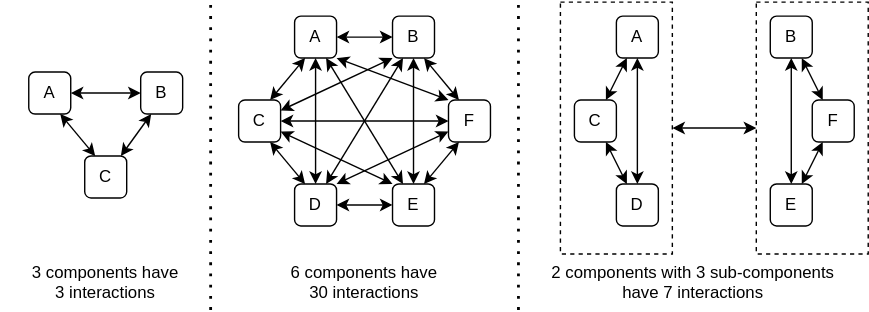
This is docs/intro/complexity.svg from gvwilson/rsdx, a draw.io export, as it was before one commit. Source tidied: cells renumbered, new cells last; positions are measured from the earlier drawing's top-left corner, leaving out a move shared by most shapes.
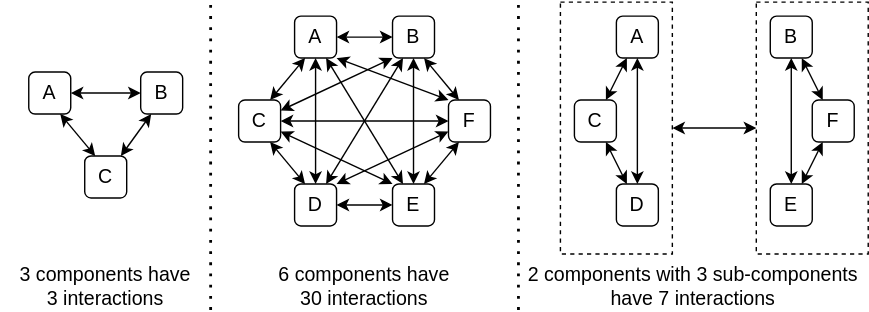
The same diagram one commit later.

The edit, as a diff of the source:
```diff
@@ -2,148 +2,148 @@
   <root>
     <mxCell id="0" />
     <mxCell id="1" parent="0" />
-    <mxCell id="2" style="rounded=0;whiteSpace=wrap;html=1;fillColor=none;dashed=1;fontFamily=Helvetica;" parent="1" vertex="1">
+    <mxCell id="2" style="rounded=0;whiteSpace=wrap;html=1;fillColor=none;dashed=1;fontFamily=Helvetica;fontSize=14;" parent="1" vertex="1">
       <mxGeometry x="540" width="80" height="180" as="geometry" />
     </mxCell>
-    <mxCell id="3" style="rounded=0;whiteSpace=wrap;html=1;fillColor=none;dashed=1;fontFamily=Helvetica;" parent="1" vertex="1">
+    <mxCell id="3" style="rounded=0;whiteSpace=wrap;html=1;fillColor=none;dashed=1;fontFamily=Helvetica;fontSize=14;" parent="1" vertex="1">
       <mxGeometry x="400" width="80" height="180" as="geometry" />
     </mxCell>
-    <mxCell id="4" value="A" style="rounded=1;whiteSpace=wrap;html=1;fillColor=none;fontFamily=Helvetica;fontStyle=0;" parent="1" vertex="1">
+    <mxCell id="4" value="A" style="rounded=1;whiteSpace=wrap;html=1;fillColor=none;fontFamily=Helvetica;fontStyle=0;fontSize=14;" parent="1" vertex="1">
       <mxGeometry x="20" y="50" width="30" height="30" as="geometry" />
     </mxCell>
-    <mxCell id="5" value="B" style="rounded=1;whiteSpace=wrap;html=1;fillColor=none;fontFamily=Helvetica;fontStyle=0;" parent="1" vertex="1">
+    <mxCell id="5" value="B" style="rounded=1;whiteSpace=wrap;html=1;fillColor=none;fontFamily=Helvetica;fontStyle=0;fontSize=14;" parent="1" vertex="1">
       <mxGeometry x="100" y="50" width="30" height="30" as="geometry" />
     </mxCell>
-    <mxCell id="6" value="C" style="rounded=1;whiteSpace=wrap;html=1;fillColor=none;fontFamily=Helvetica;fontStyle=0;" parent="1" vertex="1">
+    <mxCell id="6" value="C" style="rounded=1;whiteSpace=wrap;html=1;fillColor=none;fontFamily=Helvetica;fontStyle=0;fontSize=14;" parent="1" vertex="1">
       <mxGeometry x="60" y="110" width="30" height="30" as="geometry" />
     </mxCell>
-    <mxCell id="7" style="endArrow=classic;startArrow=classic;html=1;rounded=0;exitX=0.75;exitY=1;exitDx=0;exitDy=0;entryX=0.25;entryY=0;entryDx=0;entryDy=0;fontFamily=Helvetica;" parent="1" edge="1" source="4" target="6">
+    <mxCell id="7" style="endArrow=classic;startArrow=classic;html=1;rounded=0;exitX=0.75;exitY=1;exitDx=0;exitDy=0;entryX=0.25;entryY=0;entryDx=0;entryDy=0;fontFamily=Helvetica;fontSize=14;" parent="1" edge="1" source="4" target="6">
       <mxGeometry relative="1" as="geometry" />
     </mxCell>
-    <mxCell id="8" style="endArrow=classic;startArrow=classic;html=1;rounded=0;entryX=0.25;entryY=1;entryDx=0;entryDy=0;fontFamily=Helvetica;" parent="1" edge="1" source="6" target="5">
+    <mxCell id="8" style="endArrow=classic;startArrow=classic;html=1;rounded=0;entryX=0.25;entryY=1;entryDx=0;entryDy=0;fontFamily=Helvetica;fontSize=14;" parent="1" edge="1" source="6" target="5">
       <mxGeometry relative="1" as="geometry" />
     </mxCell>
-    <mxCell id="9" style="endArrow=classic;startArrow=classic;html=1;rounded=0;exitX=1;exitY=0.5;exitDx=0;exitDy=0;entryX=0;entryY=0.5;entryDx=0;entryDy=0;fontFamily=Helvetica;" parent="1" edge="1" source="4" target="5">
+    <mxCell id="9" style="endArrow=classic;startArrow=classic;html=1;rounded=0;exitX=1;exitY=0.5;exitDx=0;exitDy=0;entryX=0;entryY=0.5;entryDx=0;entryDy=0;fontFamily=Helvetica;fontSize=14;" parent="1" edge="1" source="4" target="5">
       <mxGeometry relative="1" as="geometry" />
     </mxCell>
-    <mxCell id="10" value="A" style="rounded=1;whiteSpace=wrap;html=1;fillColor=none;fontFamily=Helvetica;fontStyle=0;" parent="1" vertex="1">
+    <mxCell id="10" value="A" style="rounded=1;whiteSpace=wrap;html=1;fillColor=none;fontFamily=Helvetica;fontStyle=0;fontSize=14;" parent="1" vertex="1">
       <mxGeometry x="210" y="10" width="30" height="30" as="geometry" />
     </mxCell>
-    <mxCell id="11" value="B" style="rounded=1;whiteSpace=wrap;html=1;fillColor=none;fontFamily=Helvetica;fontStyle=0;" parent="1" vertex="1">
+    <mxCell id="11" value="B" style="rounded=1;whiteSpace=wrap;html=1;fillColor=none;fontFamily=Helvetica;fontStyle=0;fontSize=14;" parent="1" vertex="1">
       <mxGeometry x="280" y="10" width="30" height="30" as="geometry" />
     </mxCell>
-    <mxCell id="12" value="C" style="rounded=1;whiteSpace=wrap;html=1;fillColor=none;fontFamily=Helvetica;fontStyle=0;" parent="1" vertex="1">
+    <mxCell id="12" value="C" style="rounded=1;whiteSpace=wrap;html=1;fillColor=none;fontFamily=Helvetica;fontStyle=0;fontSize=14;" parent="1" vertex="1">
       <mxGeometry x="170" y="70" width="30" height="30" as="geometry" />
     </mxCell>
-    <mxCell id="13" style="endArrow=classic;startArrow=classic;html=1;rounded=0;exitX=0.25;exitY=1;exitDx=0;exitDy=0;entryX=0.75;entryY=0;entryDx=0;entryDy=0;fontFamily=Helvetica;" parent="1" edge="1" source="10" target="12">
+    <mxCell id="13" style="endArrow=classic;startArrow=classic;html=1;rounded=0;exitX=0.25;exitY=1;exitDx=0;exitDy=0;entryX=0.75;entryY=0;entryDx=0;entryDy=0;fontFamily=Helvetica;fontSize=14;" parent="1" edge="1" source="10" target="12">
       <mxGeometry relative="1" as="geometry" />
     </mxCell>
-    <mxCell id="14" style="endArrow=classic;startArrow=classic;html=1;rounded=0;entryX=0.75;entryY=1;entryDx=0;entryDy=0;exitX=0.25;exitY=0;exitDx=0;exitDy=0;fontFamily=Helvetica;" parent="1" edge="1" source="18" target="11">
+    <mxCell id="14" style="endArrow=classic;startArrow=classic;html=1;rounded=0;entryX=0.75;entryY=1;entryDx=0;entryDy=0;exitX=0.25;exitY=0;exitDx=0;exitDy=0;fontFamily=Helvetica;fontSize=14;" parent="1" edge="1" source="18" target="11">
       <mxGeometry relative="1" as="geometry" />
     </mxCell>
-    <mxCell id="15" style="endArrow=classic;startArrow=classic;html=1;rounded=0;exitX=1;exitY=0.5;exitDx=0;exitDy=0;entryX=0;entryY=0.5;entryDx=0;entryDy=0;fontFamily=Helvetica;" parent="1" edge="1" source="10" target="11">
+    <mxCell id="15" style="endArrow=classic;startArrow=classic;html=1;rounded=0;exitX=1;exitY=0.5;exitDx=0;exitDy=0;entryX=0;entryY=0.5;entryDx=0;entryDy=0;fontFamily=Helvetica;fontSize=14;" parent="1" edge="1" source="10" target="11">
       <mxGeometry relative="1" as="geometry" />
     </mxCell>
-    <mxCell id="16" value="D" style="rounded=1;whiteSpace=wrap;html=1;fillColor=none;fontFamily=Helvetica;fontStyle=0;" parent="1" vertex="1">
+    <mxCell id="16" value="D" style="rounded=1;whiteSpace=wrap;html=1;fillColor=none;fontFamily=Helvetica;fontStyle=0;fontSize=14;" parent="1" vertex="1">
       <mxGeometry x="210" y="130" width="30" height="30" as="geometry" />
     </mxCell>
-    <mxCell id="17" value="E" style="rounded=1;whiteSpace=wrap;html=1;fillColor=none;fontFamily=Helvetica;fontStyle=0;" parent="1" vertex="1">
+    <mxCell id="17" value="E" style="rounded=1;whiteSpace=wrap;html=1;fillColor=none;fontFamily=Helvetica;fontStyle=0;fontSize=14;" parent="1" vertex="1">
       <mxGeometry x="280" y="130" width="30" height="30" as="geometry" />
     </mxCell>
-    <mxCell id="18" value="F" style="rounded=1;whiteSpace=wrap;html=1;fillColor=none;fontFamily=Helvetica;fontStyle=0;" parent="1" vertex="1">
+    <mxCell id="18" value="F" style="rounded=1;whiteSpace=wrap;html=1;fillColor=none;fontFamily=Helvetica;fontStyle=0;fontSize=14;" parent="1" vertex="1">
       <mxGeometry x="320" y="70" width="30" height="30" as="geometry" />
     </mxCell>
-    <mxCell id="19" style="endArrow=classic;startArrow=classic;html=1;rounded=0;entryX=0.75;entryY=1;entryDx=0;entryDy=0;exitX=0.25;exitY=0;exitDx=0;exitDy=0;fontFamily=Helvetica;" parent="1" edge="1" source="16" target="12">
+    <mxCell id="19" style="endArrow=classic;startArrow=classic;html=1;rounded=0;entryX=0.75;entryY=1;entryDx=0;entryDy=0;exitX=0.25;exitY=0;exitDx=0;exitDy=0;fontFamily=Helvetica;fontSize=14;" parent="1" edge="1" source="16" target="12">
       <mxGeometry relative="1" as="geometry" />
     </mxCell>
-    <mxCell id="20" style="endArrow=classic;startArrow=classic;html=1;rounded=0;exitX=1;exitY=0.5;exitDx=0;exitDy=0;entryX=0;entryY=0.5;entryDx=0;entryDy=0;fontFamily=Helvetica;" parent="1" edge="1" source="16" target="17">
+    <mxCell id="20" style="endArrow=classic;startArrow=classic;html=1;rounded=0;exitX=1;exitY=0.5;exitDx=0;exitDy=0;entryX=0;entryY=0.5;entryDx=0;entryDy=0;fontFamily=Helvetica;fontSize=14;" parent="1" edge="1" source="16" target="17">
       <mxGeometry relative="1" as="geometry" />
     </mxCell>
-    <mxCell id="21" style="endArrow=classic;startArrow=classic;html=1;rounded=0;entryX=0.25;entryY=1;entryDx=0;entryDy=0;exitX=0.75;exitY=0;exitDx=0;exitDy=0;fontFamily=Helvetica;" parent="1" edge="1" source="17" target="18">
+    <mxCell id="21" style="endArrow=classic;startArrow=classic;html=1;rounded=0;entryX=0.25;entryY=1;entryDx=0;entryDy=0;exitX=0.75;exitY=0;exitDx=0;exitDy=0;fontFamily=Helvetica;fontSize=14;" parent="1" edge="1" source="17" target="18">
       <mxGeometry relative="1" as="geometry" />
     </mxCell>
-    <mxCell id="22" style="endArrow=classic;startArrow=classic;html=1;rounded=0;exitX=1;exitY=1;exitDx=0;exitDy=0;entryX=0;entryY=0;entryDx=0;entryDy=0;fontFamily=Helvetica;" parent="1" edge="1" source="10" target="18">
+    <mxCell id="22" style="endArrow=classic;startArrow=classic;html=1;rounded=0;exitX=1;exitY=1;exitDx=0;exitDy=0;entryX=0;entryY=0;entryDx=0;entryDy=0;fontFamily=Helvetica;fontSize=14;" parent="1" edge="1" source="10" target="18">
       <mxGeometry relative="1" as="geometry" />
     </mxCell>
-    <mxCell id="23" style="endArrow=classic;startArrow=classic;html=1;rounded=0;exitX=0.75;exitY=1;exitDx=0;exitDy=0;entryX=0.25;entryY=0;entryDx=0;entryDy=0;fontFamily=Helvetica;" parent="1" edge="1" source="10" target="17">
+    <mxCell id="23" style="endArrow=classic;startArrow=classic;html=1;rounded=0;exitX=0.75;exitY=1;exitDx=0;exitDy=0;entryX=0.25;entryY=0;entryDx=0;entryDy=0;fontFamily=Helvetica;fontSize=14;" parent="1" edge="1" source="10" target="17">
       <mxGeometry relative="1" as="geometry" />
     </mxCell>
-    <mxCell id="24" style="endArrow=classic;startArrow=classic;html=1;rounded=0;exitX=0.5;exitY=1;exitDx=0;exitDy=0;entryX=0.5;entryY=0;entryDx=0;entryDy=0;fontFamily=Helvetica;" parent="1" edge="1" source="10" target="16">
+    <mxCell id="24" style="endArrow=classic;startArrow=classic;html=1;rounded=0;exitX=0.5;exitY=1;exitDx=0;exitDy=0;entryX=0.5;entryY=0;entryDx=0;entryDy=0;fontFamily=Helvetica;fontSize=14;" parent="1" edge="1" source="10" target="16">
       <mxGeometry relative="1" as="geometry" />
     </mxCell>
-    <mxCell id="25" style="endArrow=classic;startArrow=classic;html=1;rounded=0;exitX=1;exitY=0.25;exitDx=0;exitDy=0;entryX=0;entryY=1;entryDx=0;entryDy=0;fontFamily=Helvetica;" parent="1" edge="1" source="12" target="11">
+    <mxCell id="25" style="endArrow=classic;startArrow=classic;html=1;rounded=0;exitX=1;exitY=0.25;exitDx=0;exitDy=0;entryX=0;entryY=1;entryDx=0;entryDy=0;fontFamily=Helvetica;fontSize=14;" parent="1" edge="1" source="12" target="11">
       <mxGeometry relative="1" as="geometry" />
     </mxCell>
-    <mxCell id="26" style="endArrow=classic;startArrow=classic;html=1;rounded=0;exitX=0.75;exitY=0;exitDx=0;exitDy=0;entryX=0.25;entryY=1;entryDx=0;entryDy=0;fontFamily=Helvetica;" parent="1" edge="1" source="16" target="11">
+    <mxCell id="26" style="endArrow=classic;startArrow=classic;html=1;rounded=0;exitX=0.75;exitY=0;exitDx=0;exitDy=0;entryX=0.25;entryY=1;entryDx=0;entryDy=0;fontFamily=Helvetica;fontSize=14;" parent="1" edge="1" source="16" target="11">
       <mxGeometry relative="1" as="geometry" />
     </mxCell>
-    <mxCell id="27" style="endArrow=classic;startArrow=classic;html=1;rounded=0;exitX=0.5;exitY=0;exitDx=0;exitDy=0;entryX=0.5;entryY=1;entryDx=0;entryDy=0;fontFamily=Helvetica;" parent="1" edge="1" source="17" target="11">
+    <mxCell id="27" style="endArrow=classic;startArrow=classic;html=1;rounded=0;exitX=0.5;exitY=0;exitDx=0;exitDy=0;entryX=0.5;entryY=1;entryDx=0;entryDy=0;fontFamily=Helvetica;fontSize=14;" parent="1" edge="1" source="17" target="11">
       <mxGeometry relative="1" as="geometry" />
     </mxCell>
-    <mxCell id="28" style="endArrow=classic;startArrow=classic;html=1;rounded=0;exitX=1;exitY=0.5;exitDx=0;exitDy=0;entryX=0;entryY=0.5;entryDx=0;entryDy=0;entryPerimeter=0;fontFamily=Helvetica;" parent="1" edge="1" source="12" target="18">
+    <mxCell id="28" style="endArrow=classic;startArrow=classic;html=1;rounded=0;exitX=1;exitY=0.5;exitDx=0;exitDy=0;entryX=0;entryY=0.5;entryDx=0;entryDy=0;entryPerimeter=0;fontFamily=Helvetica;fontSize=14;" parent="1" edge="1" source="12" target="18">
       <mxGeometry relative="1" as="geometry" />
     </mxCell>
-    <mxCell id="29" style="endArrow=classic;startArrow=classic;html=1;rounded=0;exitX=1;exitY=0.75;exitDx=0;exitDy=0;entryX=0;entryY=0;entryDx=0;entryDy=0;fontFamily=Helvetica;" parent="1" edge="1" source="12" target="17">
+    <mxCell id="29" style="endArrow=classic;startArrow=classic;html=1;rounded=0;exitX=1;exitY=0.75;exitDx=0;exitDy=0;entryX=0;entryY=0;entryDx=0;entryDy=0;fontFamily=Helvetica;fontSize=14;" parent="1" edge="1" source="12" target="17">
       <mxGeometry relative="1" as="geometry" />
     </mxCell>
-    <mxCell id="30" style="endArrow=classic;startArrow=classic;html=1;rounded=0;exitX=1;exitY=0;exitDx=0;exitDy=0;entryX=0;entryY=0.75;entryDx=0;entryDy=0;fontFamily=Helvetica;" parent="1" edge="1" source="16" target="18">
+    <mxCell id="30" style="endArrow=classic;startArrow=classic;html=1;rounded=0;exitX=1;exitY=0;exitDx=0;exitDy=0;entryX=0;entryY=0.75;entryDx=0;entryDy=0;fontFamily=Helvetica;fontSize=14;" parent="1" edge="1" source="16" target="18">
       <mxGeometry relative="1" as="geometry" />
     </mxCell>
-    <mxCell id="31" value="A" style="rounded=1;whiteSpace=wrap;html=1;fillColor=none;fontFamily=Helvetica;fontStyle=0;" parent="1" vertex="1">
+    <mxCell id="31" value="A" style="rounded=1;whiteSpace=wrap;html=1;fillColor=none;fontFamily=Helvetica;fontStyle=0;fontSize=14;" parent="1" vertex="1">
       <mxGeometry x="440" y="10" width="30" height="30" as="geometry" />
     </mxCell>
-    <mxCell id="32" value="B" style="rounded=1;whiteSpace=wrap;html=1;fillColor=none;fontFamily=Helvetica;fontStyle=0;" parent="1" vertex="1">
+    <mxCell id="32" value="B" style="rounded=1;whiteSpace=wrap;html=1;fillColor=none;fontFamily=Helvetica;fontStyle=0;fontSize=14;" parent="1" vertex="1">
       <mxGeometry x="550" y="10" width="30" height="30" as="geometry" />
     </mxCell>
-    <mxCell id="33" value="C" style="rounded=1;whiteSpace=wrap;html=1;fillColor=none;fontFamily=Helvetica;fontStyle=0;" parent="1" vertex="1">
+    <mxCell id="33" value="C" style="rounded=1;whiteSpace=wrap;html=1;fillColor=none;fontFamily=Helvetica;fontStyle=0;fontSize=14;" parent="1" vertex="1">
       <mxGeometry x="410" y="70" width="30" height="30" as="geometry" />
     </mxCell>
-    <mxCell id="34" style="endArrow=classic;startArrow=classic;html=1;rounded=0;exitX=0.25;exitY=1;exitDx=0;exitDy=0;entryX=0.75;entryY=0;entryDx=0;entryDy=0;fontFamily=Helvetica;" parent="1" edge="1" source="31" target="33">
+    <mxCell id="34" style="endArrow=classic;startArrow=classic;html=1;rounded=0;exitX=0.25;exitY=1;exitDx=0;exitDy=0;entryX=0.75;entryY=0;entryDx=0;entryDy=0;fontFamily=Helvetica;fontSize=14;" parent="1" edge="1" source="31" target="33">
       <mxGeometry relative="1" as="geometry" />
     </mxCell>
-    <mxCell id="35" style="endArrow=classic;startArrow=classic;html=1;rounded=0;entryX=0.75;entryY=1;entryDx=0;entryDy=0;exitX=0.25;exitY=0;exitDx=0;exitDy=0;fontFamily=Helvetica;" parent="1" edge="1" source="38" target="32">
+    <mxCell id="35" style="endArrow=classic;startArrow=classic;html=1;rounded=0;entryX=0.75;entryY=1;entryDx=0;entryDy=0;exitX=0.25;exitY=0;exitDx=0;exitDy=0;fontFamily=Helvetica;fontSize=14;" parent="1" edge="1" source="38" target="32">
       <mxGeometry relative="1" as="geometry" />
     </mxCell>
-    <mxCell id="36" value="D" style="rounded=1;whiteSpace=wrap;html=1;fillColor=none;fontFamily=Helvetica;fontStyle=0;" parent="1" vertex="1">
+    <mxCell id="36" value="D" style="rounded=1;whiteSpace=wrap;html=1;fillColor=none;fontFamily=Helvetica;fontStyle=0;fontSize=14;" parent="1" vertex="1">
       <mxGeometry x="440" y="130" width="30" height="30" as="geometry" />
     </mxCell>
-    <mxCell id="37" value="E" style="rounded=1;whiteSpace=wrap;html=1;fillColor=none;fontFamily=Helvetica;fontStyle=0;" parent="1" vertex="1">
+    <mxCell id="37" value="E" style="rounded=1;whiteSpace=wrap;html=1;fillColor=none;fontFamily=Helvetica;fontStyle=0;fontSize=14;" parent="1" vertex="1">
       <mxGeometry x="550" y="130" width="30" height="30" as="geometry" />
     </mxCell>
-    <mxCell id="38" value="F" style="rounded=1;whiteSpace=wrap;html=1;fillColor=none;fontFamily=Helvetica;fontStyle=0;" parent="1" vertex="1">
+    <mxCell id="38" value="F" style="rounded=1;whiteSpace=wrap;html=1;fillColor=none;fontFamily=Helvetica;fontStyle=0;fontSize=14;" parent="1" vertex="1">
       <mxGeometry x="580" y="70" width="30" height="30" as="geometry" />
     </mxCell>
-    <mxCell id="39" style="endArrow=classic;startArrow=classic;html=1;rounded=0;entryX=0.75;entryY=1;entryDx=0;entryDy=0;exitX=0.25;exitY=0;exitDx=0;exitDy=0;fontFamily=Helvetica;" parent="1" edge="1" source="36" target="33">
+    <mxCell id="39" style="endArrow=classic;startArrow=classic;html=1;rounded=0;entryX=0.75;entryY=1;entryDx=0;entryDy=0;exitX=0.25;exitY=0;exitDx=0;exitDy=0;fontFamily=Helvetica;fontSize=14;" parent="1" edge="1" source="36" target="33">
       <mxGeometry relative="1" as="geometry" />
     </mxCell>
-    <mxCell id="40" style="endArrow=classic;startArrow=classic;html=1;rounded=0;entryX=0.25;entryY=1;entryDx=0;entryDy=0;exitX=0.75;exitY=0;exitDx=0;exitDy=0;fontFamily=Helvetica;" parent="1" edge="1" source="37" target="38">
+    <mxCell id="40" style="endArrow=classic;startArrow=classic;html=1;rounded=0;entryX=0.25;entryY=1;entryDx=0;entryDy=0;exitX=0.75;exitY=0;exitDx=0;exitDy=0;fontFamily=Helvetica;fontSize=14;" parent="1" edge="1" source="37" target="38">
       <mxGeometry relative="1" as="geometry" />
     </mxCell>
-    <mxCell id="41" style="endArrow=classic;startArrow=classic;html=1;rounded=0;exitX=0.5;exitY=1;exitDx=0;exitDy=0;entryX=0.5;entryY=0;entryDx=0;entryDy=0;fontFamily=Helvetica;" parent="1" edge="1" source="31" target="36">
+    <mxCell id="41" style="endArrow=classic;startArrow=classic;html=1;rounded=0;exitX=0.5;exitY=1;exitDx=0;exitDy=0;entryX=0.5;entryY=0;entryDx=0;entryDy=0;fontFamily=Helvetica;fontSize=14;" parent="1" edge="1" source="31" target="36">
       <mxGeometry relative="1" as="geometry" />
     </mxCell>
-    <mxCell id="42" style="endArrow=classic;startArrow=classic;html=1;rounded=0;exitX=0.5;exitY=0;exitDx=0;exitDy=0;entryX=0.5;entryY=1;entryDx=0;entryDy=0;fontFamily=Helvetica;" parent="1" edge="1" source="37" target="32">
+    <mxCell id="42" style="endArrow=classic;startArrow=classic;html=1;rounded=0;exitX=0.5;exitY=0;exitDx=0;exitDy=0;entryX=0.5;entryY=1;entryDx=0;entryDy=0;fontFamily=Helvetica;fontSize=14;" parent="1" edge="1" source="37" target="32">
       <mxGeometry relative="1" as="geometry" />
     </mxCell>
-    <mxCell id="43" style="endArrow=classic;startArrow=classic;html=1;rounded=0;entryX=0;entryY=0.5;entryDx=0;entryDy=0;exitX=1;exitY=0.5;exitDx=0;exitDy=0;fontFamily=Helvetica;" parent="1" edge="1" source="3" target="2">
+    <mxCell id="43" style="endArrow=classic;startArrow=classic;html=1;rounded=0;entryX=0;entryY=0.5;entryDx=0;entryDy=0;exitX=1;exitY=0.5;exitDx=0;exitDy=0;fontFamily=Helvetica;fontSize=14;" parent="1" edge="1" source="3" target="2">
       <mxGeometry relative="1" as="geometry" />
     </mxCell>
-    <mxCell id="44" value="3 components have&lt;br&gt;3 interactions" style="text;html=1;strokeColor=none;fillColor=none;align=center;verticalAlign=top;whiteSpace=wrap;rounded=0;fontFamily=Helvetica;" parent="1" vertex="1">
+    <mxCell id="44" value="3 components have&lt;br style=&quot;font-size: 14px;&quot;&gt;3 interactions" style="text;html=1;strokeColor=none;fillColor=none;align=center;verticalAlign=top;whiteSpace=wrap;rounded=0;fontFamily=Helvetica;fontSize=14;" parent="1" vertex="1">
       <mxGeometry y="180" width="150" height="40" as="geometry" />
     </mxCell>
-    <mxCell id="45" value="6 components have&lt;br&gt;30 interactions" style="text;html=1;strokeColor=none;fillColor=none;align=center;verticalAlign=top;whiteSpace=wrap;rounded=0;fontFamily=Helvetica;" parent="1" vertex="1">
+    <mxCell id="45" value="6 components have&lt;br style=&quot;font-size: 14px;&quot;&gt;30 interactions" style="text;html=1;strokeColor=none;fillColor=none;align=center;verticalAlign=top;whiteSpace=wrap;rounded=0;fontFamily=Helvetica;fontSize=14;" parent="1" vertex="1">
       <mxGeometry x="150" y="180" width="220" height="40" as="geometry" />
     </mxCell>
-    <mxCell id="46" value="2 components with 3 sub-components&lt;br&gt;have 7 interactions" style="text;html=1;strokeColor=none;fillColor=none;align=center;verticalAlign=top;whiteSpace=wrap;rounded=0;fontFamily=Helvetica;" parent="1" vertex="1">
+    <mxCell id="46" value="2 components with 3 sub-components&lt;br style=&quot;font-size: 14px;&quot;&gt;have 7 interactions" style="text;html=1;strokeColor=none;fillColor=none;align=center;verticalAlign=top;whiteSpace=wrap;rounded=0;fontFamily=Helvetica;fontSize=14;" parent="1" vertex="1">
       <mxGeometry x="370" y="180" width="250" height="40" as="geometry" />
     </mxCell>
-    <mxCell id="47" style="endArrow=none;dashed=1;html=1;dashPattern=1 3;strokeWidth=2;rounded=0;fontFamily=Helvetica;" parent="1" edge="1">
+    <mxCell id="47" style="endArrow=none;dashed=1;html=1;dashPattern=1 3;strokeWidth=2;rounded=0;fontFamily=Helvetica;fontSize=14;" parent="1" edge="1">
       <mxGeometry relative="1" as="geometry">
         <mxPoint x="150" y="220" as="sourcePoint" />
         <mxPoint x="150" as="targetPoint" />
       </mxGeometry>
     </mxCell>
-    <mxCell id="48" style="endArrow=none;dashed=1;html=1;dashPattern=1 3;strokeWidth=2;rounded=0;fontFamily=Helvetica;" parent="1" edge="1">
+    <mxCell id="48" style="endArrow=none;dashed=1;html=1;dashPattern=1 3;strokeWidth=2;rounded=0;fontFamily=Helvetica;fontSize=14;" parent="1" edge="1">
       <mxGeometry relative="1" as="geometry">
         <mxPoint x="370" y="220" as="sourcePoint" />
         <mxPoint x="370" as="targetPoint" />
```
